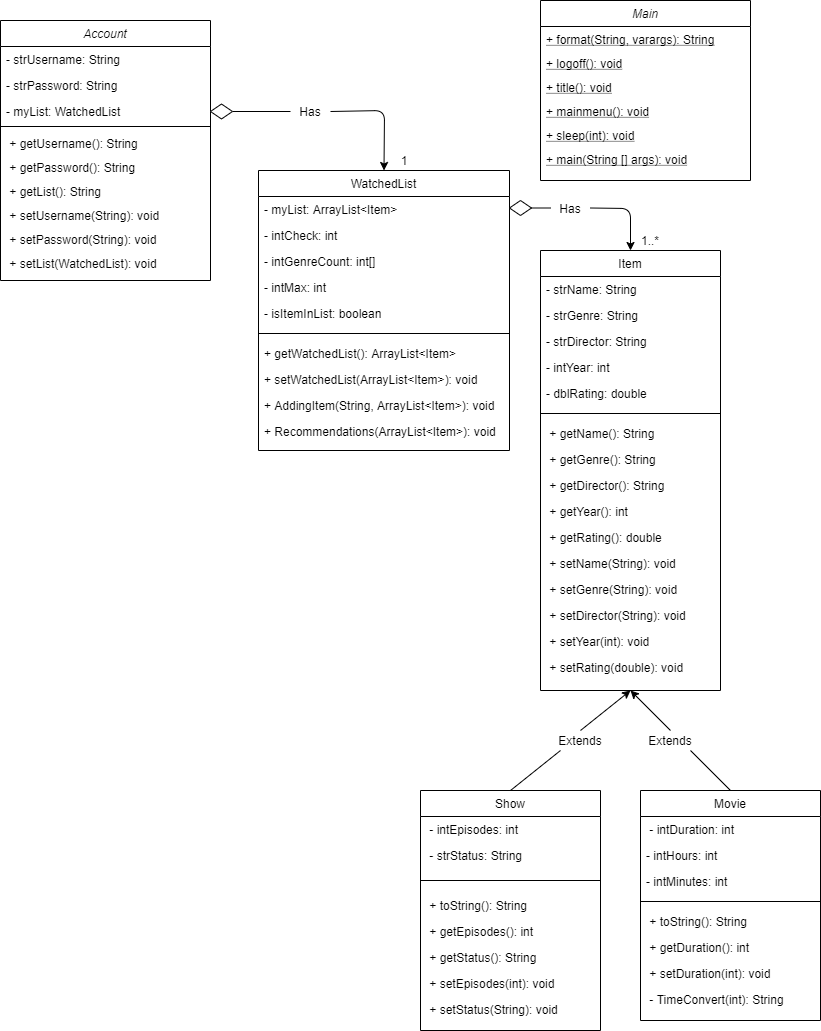
SACHSTech/ics4u-oop-assignment-EthanLai8 keeps this draw.io diagram as src/ClassDiagram.png. Above is the earlier version. Source tidied: cells renumbered, new cells last; positions are measured from the earlier drawing's top-left corner, leaving out a move shared by most shapes.
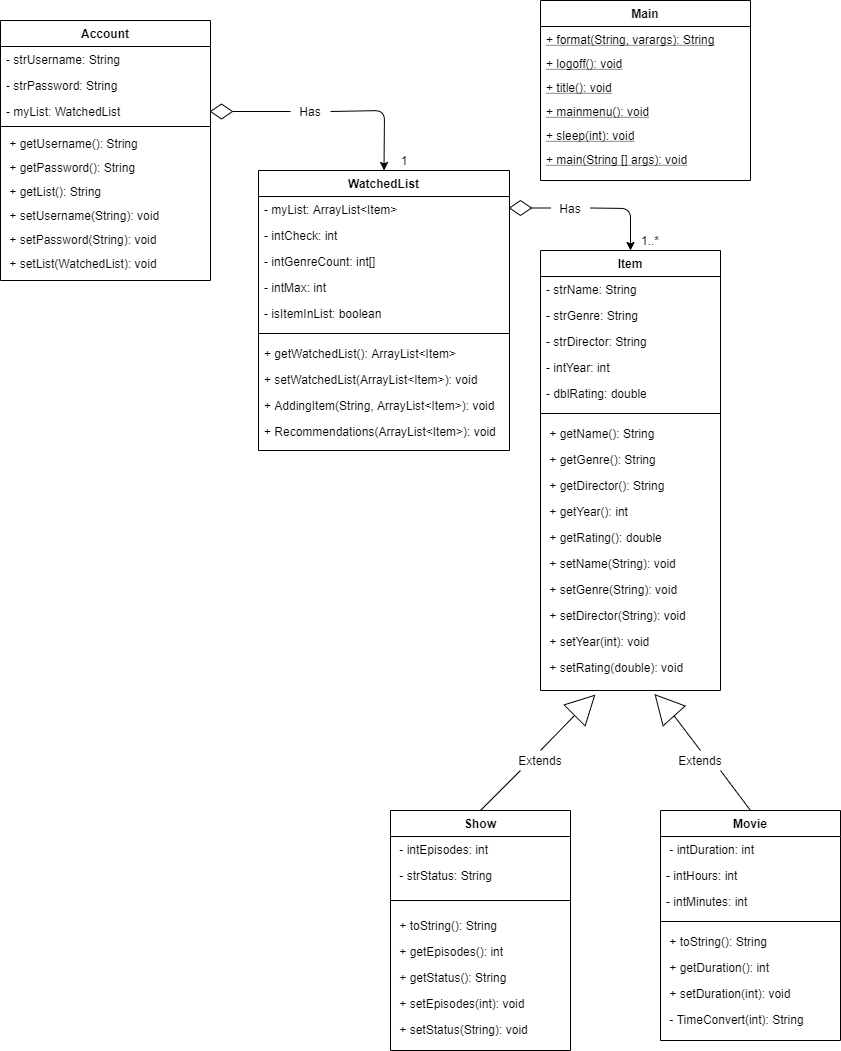
After the change.

Commit message:
Fixed Class Diagram Again

Change to the diagram source:
```diff
@@ -2,7 +2,7 @@
   <root>
     <mxCell id="0" />
     <mxCell id="1" parent="0" />
-    <mxCell id="2" value="Account" style="swimlane;fontStyle=2;align=center;verticalAlign=top;horizontal=1;startSize=26;rounded=0;shadow=0;strokeWidth=1;" parent="1" vertex="1">
+    <mxCell id="2" value="Account" style="swimlane;fontStyle=1;align=center;verticalAlign=top;horizontal=1;startSize=26;rounded=0;shadow=0;strokeWidth=1;" parent="1" vertex="1">
       <mxGeometry y="20" width="210" height="260" as="geometry" />
     </mxCell>
     <mxCell id="3" value="- strUsername: String" style="text;align=left;verticalAlign=top;spacingLeft=4;spacingRight=4;overflow=hidden;" parent="2" vertex="1">
@@ -35,7 +35,7 @@
     <mxCell id="12" value=" + setList(WatchedList): void" style="text;align=left;verticalAlign=top;spacingLeft=4;spacingRight=4;overflow=hidden;rounded=0;shadow=0;html=0;" parent="2" vertex="1">
       <mxGeometry y="230" width="210" height="24" as="geometry" />
     </mxCell>
-    <mxCell id="13" value="WatchedList" style="swimlane;fontStyle=0;align=center;verticalAlign=top;horizontal=1;startSize=26;rounded=0;shadow=0;strokeWidth=1;" parent="1" vertex="1">
+    <mxCell id="13" value="WatchedList" style="swimlane;fontStyle=1;align=center;verticalAlign=top;horizontal=1;startSize=26;rounded=0;shadow=0;strokeWidth=1;" parent="1" vertex="1">
       <mxGeometry x="258" y="170" width="251" height="280" as="geometry" />
     </mxCell>
     <mxCell id="14" value="- myList: ArrayList&lt;Item&gt;" style="text;align=left;verticalAlign=top;spacingLeft=4;spacingRight=4;overflow=hidden;" parent="13" vertex="1">
@@ -106,7 +106,7 @@
     <mxCell id="33" value="1..*" style="text;html=1;strokeColor=none;fillColor=none;align=center;verticalAlign=middle;whiteSpace=wrap;rounded=0;" parent="1" vertex="1">
       <mxGeometry x="630" y="230" width="40" height="20" as="geometry" />
     </mxCell>
-    <mxCell id="34" value="Item" style="swimlane;fontStyle=0;align=center;verticalAlign=top;horizontal=1;startSize=26;rounded=0;shadow=0;strokeWidth=1;" parent="1" vertex="1">
+    <mxCell id="34" value="Item" style="swimlane;fontStyle=1;align=center;verticalAlign=top;horizontal=1;startSize=26;rounded=0;shadow=0;strokeWidth=1;" parent="1" vertex="1">
       <mxGeometry x="540" y="250" width="180" height="440" as="geometry" />
     </mxCell>
     <mxCell id="35" value="- strName: String" style="text;align=left;verticalAlign=top;spacingLeft=4;spacingRight=4;overflow=hidden;" parent="34" vertex="1">
@@ -158,13 +158,13 @@
       <mxGeometry y="404" width="180" height="26" as="geometry" />
     </mxCell>
     <mxCell id="51" value="Extends" style="text;html=1;strokeColor=none;fillColor=none;align=center;verticalAlign=middle;whiteSpace=wrap;rounded=0;" parent="1" vertex="1">
-      <mxGeometry x="560" y="730" width="40" height="20" as="geometry" />
+      <mxGeometry x="520" y="750" width="40" height="20" as="geometry" />
     </mxCell>
     <mxCell id="52" value="Extends" style="text;html=1;strokeColor=none;fillColor=none;align=center;verticalAlign=middle;whiteSpace=wrap;rounded=0;" parent="1" vertex="1">
-      <mxGeometry x="650" y="730" width="40" height="20" as="geometry" />
+      <mxGeometry x="680" y="750" width="40" height="20" as="geometry" />
     </mxCell>
-    <mxCell id="53" value="Movie" style="swimlane;fontStyle=0;align=center;verticalAlign=top;horizontal=1;startSize=26;rounded=0;shadow=0;strokeWidth=1;" parent="1" vertex="1">
-      <mxGeometry x="640" y="790" width="180" height="230" as="geometry" />
+    <mxCell id="53" value="Movie" style="swimlane;fontStyle=1;align=center;verticalAlign=top;horizontal=1;startSize=26;rounded=0;shadow=0;strokeWidth=1;" parent="1" vertex="1">
+      <mxGeometry x="660" y="810" width="180" height="230" as="geometry" />
     </mxCell>
     <mxCell id="54" value=" - intDuration: int" style="text;align=left;verticalAlign=top;spacingLeft=4;spacingRight=4;overflow=hidden;" parent="53" vertex="1">
       <mxGeometry y="26" width="180" height="26" as="geometry" />
@@ -190,8 +190,8 @@
     <mxCell id="61" value=" - TimeConvert(int): String" style="text;align=left;verticalAlign=top;spacingLeft=4;spacingRight=4;overflow=hidden;" parent="53" vertex="1">
       <mxGeometry y="196" width="180" height="26" as="geometry" />
     </mxCell>
-    <mxCell id="62" value="Show" style="swimlane;fontStyle=0;align=center;verticalAlign=top;horizontal=1;startSize=26;rounded=0;shadow=0;strokeWidth=1;" parent="1" vertex="1">
-      <mxGeometry x="420" y="790" width="180" height="240" as="geometry" />
+    <mxCell id="62" value="Show" style="swimlane;fontStyle=1;align=center;verticalAlign=top;horizontal=1;startSize=26;rounded=0;shadow=0;strokeWidth=1;" parent="1" vertex="1">
+      <mxGeometry x="390" y="810" width="180" height="240" as="geometry" />
     </mxCell>
     <mxCell id="63" value=" - intEpisodes: int" style="text;align=left;verticalAlign=top;spacingLeft=4;spacingRight=4;overflow=hidden;" parent="62" vertex="1">
       <mxGeometry y="26" width="180" height="26" as="geometry" />
@@ -217,19 +217,13 @@
     <mxCell id="70" value=" + setStatus(String): void" style="text;align=left;verticalAlign=top;spacingLeft=4;spacingRight=4;overflow=hidden;" parent="62" vertex="1">
       <mxGeometry y="206" width="180" height="26" as="geometry" />
     </mxCell>
-    <mxCell id="71" style="endArrow=classic;html=1;entryX=0.5;entryY=1;entryDx=0;entryDy=0;exitX=0.5;exitY=0;exitDx=0;exitDy=0;" parent="1" edge="1" source="52" target="34">
-      <mxGeometry relative="1" as="geometry" />
-    </mxCell>
-    <mxCell id="72" style="endArrow=classic;html=1;entryX=0.5;entryY=1;entryDx=0;entryDy=0;exitX=0.5;exitY=0;exitDx=0;exitDy=0;" parent="1" edge="1" source="51" target="34">
-      <mxGeometry relative="1" as="geometry" />
-    </mxCell>
     <mxCell id="73" style="endArrow=none;html=1;entryX=0.5;entryY=0;entryDx=0;entryDy=0;exitX=1;exitY=1;exitDx=0;exitDy=0;" parent="1" edge="1" source="52" target="53">
       <mxGeometry relative="1" as="geometry" />
     </mxCell>
     <mxCell id="74" style="endArrow=none;html=1;exitX=0.5;exitY=0;exitDx=0;exitDy=0;entryX=0;entryY=1;entryDx=0;entryDy=0;" parent="1" edge="1" source="62" target="51">
       <mxGeometry relative="1" as="geometry" />
     </mxCell>
-    <mxCell id="75" value="Main" style="swimlane;fontStyle=2;align=center;verticalAlign=top;horizontal=1;startSize=26;rounded=0;shadow=0;strokeWidth=1;" parent="1" vertex="1">
+    <mxCell id="75" value="Main" style="swimlane;fontStyle=1;align=center;verticalAlign=top;horizontal=1;startSize=26;rounded=0;shadow=0;strokeWidth=1;" parent="1" vertex="1">
       <mxGeometry x="540" width="210" height="180" as="geometry" />
     </mxCell>
     <mxCell id="76" value="+ format(String, varargs): String" style="text;align=left;verticalAlign=top;spacingLeft=4;spacingRight=4;overflow=hidden;rounded=0;shadow=0;html=0;fontStyle=4;" parent="75" vertex="1">
@@ -250,5 +244,17 @@
     <mxCell id="81" value="+ main(String [] args): void" style="text;align=left;verticalAlign=top;spacingLeft=4;spacingRight=4;overflow=hidden;rounded=0;shadow=0;html=0;fontStyle=4;" parent="75" vertex="1">
       <mxGeometry y="146" width="210" height="24" as="geometry" />
     </mxCell>
+    <mxCell id="82" style="triangle;whiteSpace=wrap;html=1;rotation=-45;" parent="1" vertex="1">
+      <mxGeometry x="570" y="690" width="28.3" height="29.7" as="geometry" />
+    </mxCell>
+    <mxCell id="83" style="endArrow=none;html=1;exitX=0.5;exitY=0;exitDx=0;exitDy=0;entryX=0;entryY=0.5;entryDx=0;entryDy=0;" parent="1" edge="1" source="51" target="82">
+      <mxGeometry relative="1" as="geometry" />
+    </mxCell>
+    <mxCell id="84" style="triangle;whiteSpace=wrap;html=1;rotation=-132;" parent="1" vertex="1">
+      <mxGeometry x="650" y="690" width="28.3" height="29.7" as="geometry" />
+    </mxCell>
+    <mxCell id="85" style="endArrow=none;html=1;exitX=0.5;exitY=0;exitDx=0;exitDy=0;entryX=0;entryY=0.5;entryDx=0;entryDy=0;" parent="1" edge="1" source="52" target="84">
+      <mxGeometry relative="1" as="geometry" />
+    </mxCell>
   </root>
 </mxGraphModel>
```
